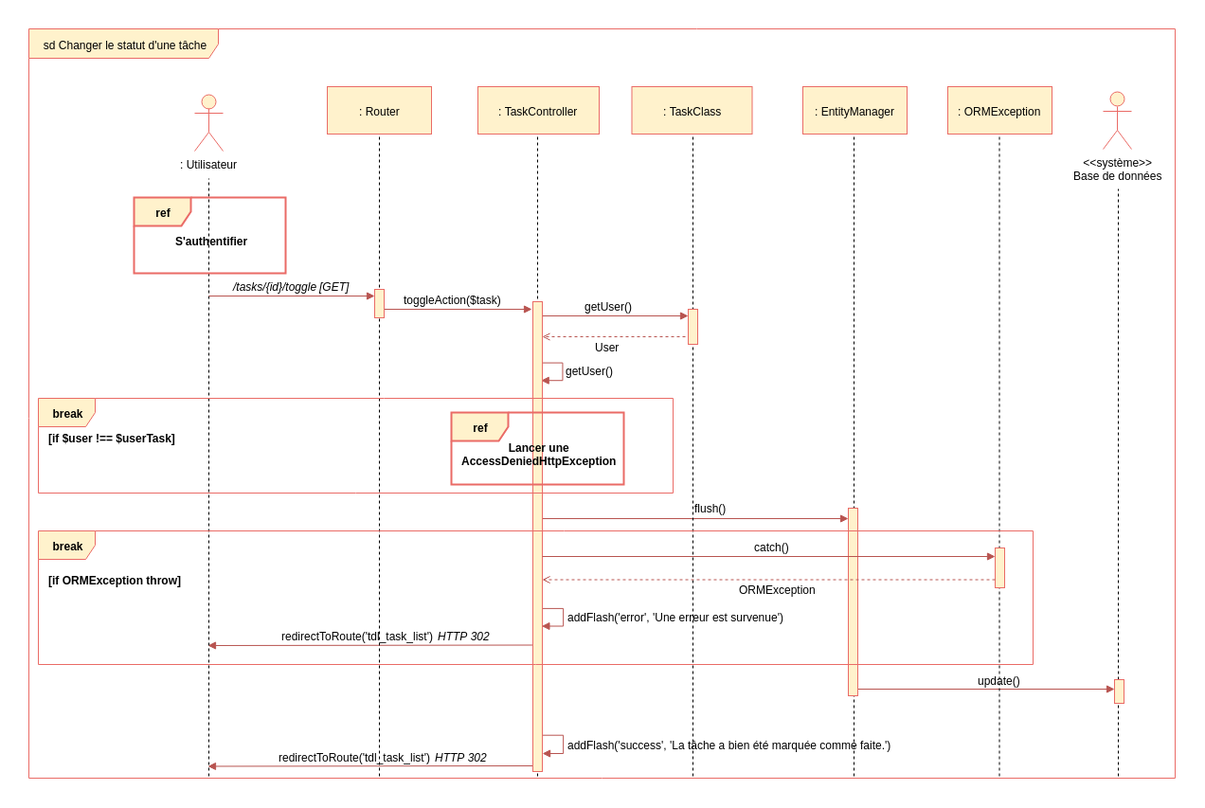
Above: Diagrammes/Changer_statut_tache.png in Thibok/TodoList (draw.io), before the change. Source tidied: cells renumbered, new cells last; positions are measured from the earlier drawing's top-left corner, leaving out a move shared by most shapes.
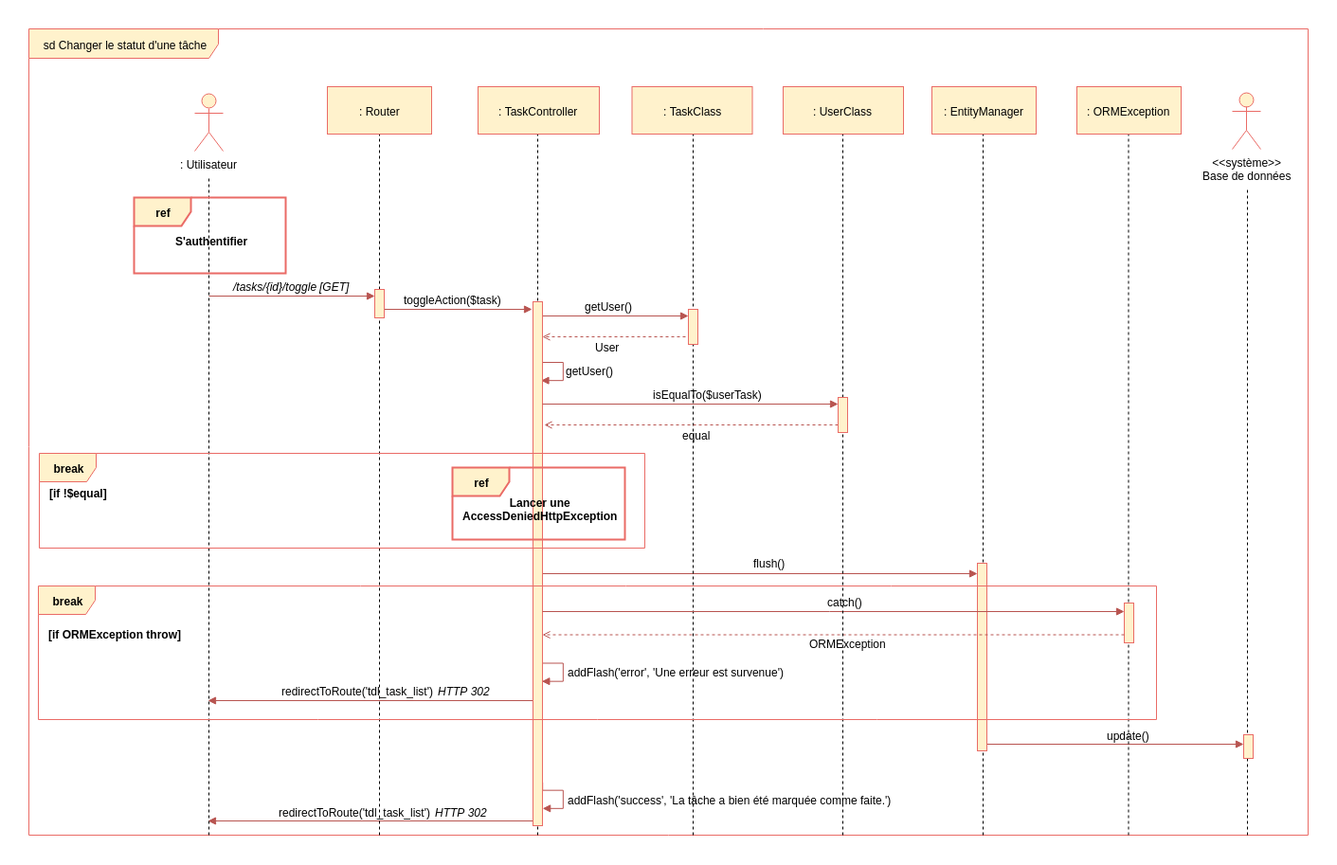
After the change.

What changed in the source:
```diff
@@ -3,46 +3,46 @@
     <mxCell id="0" />
     <mxCell id="1" parent="0" />
     <mxCell id="2" value="sd Changer le statut d'une tâche" style="shape=umlFrame;whiteSpace=wrap;html=1;width=200;height=31;fillColor=#fff2cc;strokeColor=#EA6B66;" parent="1" vertex="1">
-      <mxGeometry width="1210" height="791" as="geometry" />
+      <mxGeometry width="1350" height="851" as="geometry" />
     </mxCell>
     <mxCell id="3" style="endArrow=block;html=1;endFill=1;fillColor=#f8cecc;strokeColor=#b85450;edgeStyle=orthogonalEdgeStyle;rounded=0;entryX=0.91;entryY=0.18;entryDx=0;entryDy=0;entryPerimeter=0;" parent="1" edge="1">
       <mxGeometry relative="1" as="geometry">
-        <mxPoint x="541.5" y="602.5" as="sourcePoint" />
-        <mxPoint x="541.5" y="630.5" as="targetPoint" />
+        <mxPoint x="541.5" y="660.5" as="sourcePoint" />
+        <mxPoint x="541.5" y="688.5" as="targetPoint" />
         <Array as="points">
-          <mxPoint x="542" y="611.9" />
-          <mxPoint x="564" y="611.9" />
-          <mxPoint x="564" y="630.9" />
+          <mxPoint x="542" y="669.9" />
+          <mxPoint x="564" y="669.9" />
+          <mxPoint x="564" y="688.9" />
         </Array>
       </mxGeometry>
     </mxCell>
     <mxCell id="4" style="endArrow=block;html=1;endFill=1;fillColor=#f8cecc;strokeColor=#b85450;edgeStyle=orthogonalEdgeStyle;rounded=0;entryX=0.91;entryY=0.18;entryDx=0;entryDy=0;entryPerimeter=0;" parent="1" edge="1">
       <mxGeometry relative="1" as="geometry">
-        <mxPoint x="542" y="737" as="sourcePoint" />
-        <mxPoint x="542" y="765" as="targetPoint" />
+        <mxPoint x="542" y="795" as="sourcePoint" />
+        <mxPoint x="542" y="823" as="targetPoint" />
         <Array as="points">
-          <mxPoint x="542" y="745.9" />
-          <mxPoint x="564" y="745.9" />
-          <mxPoint x="564" y="764.9" />
+          <mxPoint x="542" y="803.9" />
+          <mxPoint x="564" y="803.9" />
+          <mxPoint x="564" y="822.9" />
         </Array>
       </mxGeometry>
     </mxCell>
     <mxCell id="5" style="endArrow=block;html=1;endFill=1;fillColor=#f8cecc;strokeColor=#b85450;" parent="1" edge="1">
       <mxGeometry relative="1" as="geometry">
-        <mxPoint x="534" y="778" as="sourcePoint" />
-        <mxPoint x="189" y="778.5" as="targetPoint" />
+        <mxPoint x="534" y="836" as="sourcePoint" />
+        <mxPoint x="189" y="836" as="targetPoint" />
       </mxGeometry>
     </mxCell>
     <mxCell id="6" style="endArrow=block;html=1;endFill=1;fillColor=#f8cecc;strokeColor=#b85450;" parent="1" edge="1">
       <mxGeometry relative="1" as="geometry">
-        <mxPoint x="874" y="697" as="sourcePoint" />
-        <mxPoint x="1146" y="697" as="targetPoint" />
+        <mxPoint x="1010" y="755" as="sourcePoint" />
+        <mxPoint x="1282" y="755" as="targetPoint" />
       </mxGeometry>
     </mxCell>
     <mxCell id="7" style="endArrow=block;html=1;endFill=1;fillColor=#f8cecc;strokeColor=#b85450;" parent="1" edge="1">
       <mxGeometry relative="1" as="geometry">
-        <mxPoint x="534" y="650.5" as="sourcePoint" />
-        <mxPoint x="189" y="651" as="targetPoint" />
+        <mxPoint x="534" y="709" as="sourcePoint" />
+        <mxPoint x="189" y="709" as="targetPoint" />
       </mxGeometry>
     </mxCell>
     <mxCell id="8" style="endArrow=block;html=1;endFill=1;fillColor=#f8cecc;strokeColor=#b85450;edgeStyle=orthogonalEdgeStyle;rounded=0;entryX=0.91;entryY=0.18;entryDx=0;entryDy=0;entryPerimeter=0;" parent="1" edge="1">
@@ -70,28 +70,28 @@
     </mxCell>
     <mxCell id="11" style="endArrow=none;dashed=1;html=1;entryX=0.5;entryY=1;" parent="1" edge="1">
       <mxGeometry relative="1" as="geometry">
-        <mxPoint x="871" y="789" as="sourcePoint" />
-        <mxPoint x="871" y="101.8" as="targetPoint" />
+        <mxPoint x="1007" y="851" as="sourcePoint" />
+        <mxPoint x="1007" y="101.8" as="targetPoint" />
       </mxGeometry>
     </mxCell>
     <mxCell id="12" style="endArrow=none;dashed=1;html=1;entryX=0.5;entryY=1;exitX=0.276;exitY=1.003;exitPerimeter=0;" parent="1" edge="1">
       <mxGeometry relative="1" as="geometry">
-        <mxPoint x="537" y="789" as="sourcePoint" />
+        <mxPoint x="537" y="851" as="sourcePoint" />
         <mxPoint x="537" y="104" as="targetPoint" />
       </mxGeometry>
     </mxCell>
     <mxCell id="13" style="endArrow=block;html=1;endFill=1;fillColor=#f8cecc;strokeColor=#b85450;" parent="1" edge="1">
       <mxGeometry relative="1" as="geometry">
-        <mxPoint x="542" y="517" as="sourcePoint" />
-        <mxPoint x="865" y="517" as="targetPoint" />
+        <mxPoint x="542" y="575" as="sourcePoint" />
+        <mxPoint x="1001" y="575" as="targetPoint" />
       </mxGeometry>
     </mxCell>
     <mxCell id="14" style="html=1;perimeter=orthogonalPerimeter;fillColor=#fff2cc;strokeColor=#EA6B66;" parent="1" vertex="1">
-      <mxGeometry x="532" y="288" width="10" height="496" as="geometry" />
+      <mxGeometry x="532" y="288" width="10" height="553" as="geometry" />
     </mxCell>
     <mxCell id="15" style="endArrow=none;dashed=1;html=1;entryX=0.5;entryY=1;" parent="1" edge="1">
       <mxGeometry relative="1" as="geometry">
-        <mxPoint x="701" y="789" as="sourcePoint" />
+        <mxPoint x="701" y="851" as="sourcePoint" />
         <mxPoint x="701" y="104.8" as="targetPoint" />
       </mxGeometry>
     </mxCell>
@@ -99,17 +99,17 @@
       <mxGeometry x="175" y="69" width="30" height="60" as="geometry" />
     </mxCell>
     <mxCell id="17" value="&amp;lt;&amp;lt;système&amp;gt;&amp;gt;&lt;br&gt;Base de données&lt;br&gt;" style="shape=umlActor;verticalLabelPosition=bottom;labelBackgroundColor=#ffffff;verticalAlign=top;html=1;fillColor=#fff2cc;strokeColor=#EA6B66;" parent="1" vertex="1">
-      <mxGeometry x="1134" y="67" width="30" height="60" as="geometry" />
+      <mxGeometry x="1270" y="67" width="30" height="60" as="geometry" />
     </mxCell>
     <mxCell id="18" style="endArrow=none;dashed=1;html=1;" parent="1" edge="1">
       <mxGeometry relative="1" as="geometry">
-        <mxPoint x="190" y="789" as="sourcePoint" />
+        <mxPoint x="190" y="851" as="sourcePoint" />
         <mxPoint x="190" y="158" as="targetPoint" />
       </mxGeometry>
     </mxCell>
     <mxCell id="19" style="endArrow=none;dashed=1;html=1;entryX=0.5;entryY=1;" parent="1" edge="1">
       <mxGeometry relative="1" as="geometry">
-        <mxPoint x="370" y="789" as="sourcePoint" />
+        <mxPoint x="370" y="851" as="sourcePoint" />
         <mxPoint x="370" y="103.8" as="targetPoint" />
       </mxGeometry>
     </mxCell>
@@ -139,8 +139,8 @@
     </mxCell>
     <mxCell id="26" style="endArrow=none;dashed=1;html=1;" parent="1" edge="1">
       <mxGeometry relative="1" as="geometry">
-        <mxPoint x="1150" y="789" as="sourcePoint" />
-        <mxPoint x="1150" y="169" as="targetPoint" />
+        <mxPoint x="1286" y="851" as="sourcePoint" />
+        <mxPoint x="1286" y="169" as="targetPoint" />
       </mxGeometry>
     </mxCell>
     <mxCell id="27" value="ref" style="shape=umlFrame;whiteSpace=wrap;html=1;fillColor=#fff2cc;strokeColor=#EA6B66;strokeWidth=2;fontStyle=1;" parent="1" vertex="1">
@@ -153,16 +153,16 @@
       <mxGeometry x="305" y="263" width="50" height="10" as="geometry" />
     </mxCell>
     <mxCell id="30" value=": EntityManager" style="html=1;fillColor=#fff2cc;strokeColor=#EA6B66;" parent="1" vertex="1">
-      <mxGeometry x="817" y="61" width="110" height="50" as="geometry" />
+      <mxGeometry x="953" y="61" width="110" height="50" as="geometry" />
     </mxCell>
     <mxCell id="31" value=": Router" style="html=1;fillColor=#fff2cc;strokeColor=#EA6B66;" parent="1" vertex="1">
       <mxGeometry x="315" y="61" width="110" height="50" as="geometry" />
     </mxCell>
     <mxCell id="32" value="flush()" style="text;html=1;align=left;verticalAlign=top;spacingTop=-4;" parent="1" vertex="1">
-      <mxGeometry x="701" y="497" width="50" height="10" as="geometry" />
+      <mxGeometry x="763" y="555" width="50" height="10" as="geometry" />
     </mxCell>
     <mxCell id="33" style="html=1;perimeter=orthogonalPerimeter;fillColor=#fff2cc;strokeColor=#EA6B66;" parent="1" vertex="1">
-      <mxGeometry x="865" y="506" width="10" height="198" as="geometry" />
+      <mxGeometry x="1001" y="564" width="10" height="198" as="geometry" />
     </mxCell>
     <mxCell id="34" value=": TaskController" style="html=1;fillColor=#fff2cc;strokeColor=#EA6B66;" parent="1" vertex="1">
       <mxGeometry x="474" y="61" width="128" height="50" as="geometry" />
@@ -174,10 +174,10 @@
       <mxGeometry x="585" y="284" width="70" height="10" as="geometry" />
     </mxCell>
     <mxCell id="37" style="html=1;perimeter=orthogonalPerimeter;fillColor=#fff2cc;strokeColor=#EA6B66;" parent="1" vertex="1">
-      <mxGeometry x="1146" y="687" width="10" height="25" as="geometry" />
+      <mxGeometry x="1282" y="745" width="10" height="25" as="geometry" />
     </mxCell>
     <mxCell id="38" value="[if ORMException throw]" style="text;html=1;align=left;verticalAlign=top;spacingTop=-4;fontStyle=1;" parent="1" vertex="1">
-      <mxGeometry x="19" y="572.5" width="140" height="10" as="geometry" />
+      <mxGeometry x="19" y="630.5" width="140" height="10" as="geometry" />
     </mxCell>
     <mxCell id="39" value="User" style="text;html=1;align=left;verticalAlign=top;spacingTop=-4;" parent="1" vertex="1">
       <mxGeometry x="596" y="327" width="40" height="10" as="geometry" />
@@ -185,71 +185,101 @@
     <mxCell id="40" value="getUser()" style="text;html=1;align=left;verticalAlign=top;spacingTop=-4;" parent="1" vertex="1">
       <mxGeometry x="565" y="352" width="70" height="10" as="geometry" />
     </mxCell>
-    <mxCell id="41" value="[if $user !== $userTask]" style="text;html=1;align=left;verticalAlign=top;spacingTop=-4;fontStyle=1;" parent="1" vertex="1">
-      <mxGeometry x="19" y="423" width="140" height="10" as="geometry" />
+    <mxCell id="41" value="[if !$equal]" style="text;html=1;align=left;verticalAlign=top;spacingTop=-4;fontStyle=1;" parent="1" vertex="1">
+      <mxGeometry x="20" y="481" width="70" height="10" as="geometry" />
     </mxCell>
     <mxCell id="42" value="update()" style="text;html=1;align=left;verticalAlign=top;spacingTop=-4;" parent="1" vertex="1">
-      <mxGeometry x="1000" y="679" width="60" height="10" as="geometry" />
+      <mxGeometry x="1136" y="737" width="60" height="10" as="geometry" />
     </mxCell>
     <mxCell id="43" value="ref" style="shape=umlFrame;whiteSpace=wrap;html=1;fillColor=#fff2cc;strokeColor=#EA6B66;strokeWidth=2;fontStyle=1;" parent="1" vertex="1">
-      <mxGeometry x="446" y="405" width="182" height="76" as="geometry" />
+      <mxGeometry x="447" y="463" width="182" height="76" as="geometry" />
     </mxCell>
     <mxCell id="44" value="Lancer une&lt;br&gt;&lt;span&gt;AccessDeniedHttpException&lt;/span&gt;&lt;br&gt;" style="text;html=1;align=center;verticalAlign=top;spacingTop=-4;fontStyle=1;" parent="1" vertex="1">
-      <mxGeometry x="454" y="433" width="170" height="30" as="geometry" />
+      <mxGeometry x="455" y="491" width="170" height="30" as="geometry" />
     </mxCell>
     <mxCell id="45" style="endArrow=none;dashed=1;html=1;entryX=0.5;entryY=1;" parent="1" edge="1">
       <mxGeometry relative="1" as="geometry">
-        <mxPoint x="1024.5" y="789" as="sourcePoint" />
-        <mxPoint x="1024.5" y="108.3" as="targetPoint" />
+        <mxPoint x="1160.5" y="851" as="sourcePoint" />
+        <mxPoint x="1160.5" y="108.3" as="targetPoint" />
       </mxGeometry>
     </mxCell>
     <mxCell id="46" style="html=1;perimeter=orthogonalPerimeter;fillColor=#fff2cc;strokeColor=#EA6B66;" parent="1" vertex="1">
-      <mxGeometry x="1020" y="548" width="10" height="42" as="geometry" />
+      <mxGeometry x="1156" y="606" width="10" height="42" as="geometry" />
     </mxCell>
     <mxCell id="47" style="endArrow=block;html=1;endFill=1;fillColor=#f8cecc;strokeColor=#b85450;" parent="1" edge="1">
       <mxGeometry relative="1" as="geometry">
-        <mxPoint x="542" y="557" as="sourcePoint" />
-        <mxPoint x="1020" y="557" as="targetPoint" />
+        <mxPoint x="542" y="615" as="sourcePoint" />
+        <mxPoint x="1156" y="615" as="targetPoint" />
       </mxGeometry>
     </mxCell>
     <mxCell id="48" value="catch()" style="text;html=1;align=left;verticalAlign=top;spacingTop=-4;" parent="1" vertex="1">
-      <mxGeometry x="764.5" y="538" width="50" height="10" as="geometry" />
+      <mxGeometry x="840.5" y="596" width="50" height="10" as="geometry" />
     </mxCell>
     <mxCell id="49" style="endArrow=open;html=1;endFill=0;fillColor=#f8cecc;strokeColor=#b85450;dashed=1;exitX=-0.071;exitY=0.702;exitPerimeter=0;" parent="1" edge="1">
       <mxGeometry relative="1" as="geometry">
-        <mxPoint x="1020" y="581.5" as="sourcePoint" />
-        <mxPoint x="542" y="581.5" as="targetPoint" />
+        <mxPoint x="1156" y="639.5" as="sourcePoint" />
+        <mxPoint x="542" y="639.5" as="targetPoint" />
       </mxGeometry>
     </mxCell>
     <mxCell id="50" value="ORMException" style="text;html=1;align=left;verticalAlign=top;spacingTop=-4;" parent="1" vertex="1">
-      <mxGeometry x="748" y="582.5" width="100" height="10" as="geometry" />
+      <mxGeometry x="822" y="640.5" width="100" height="10" as="geometry" />
     </mxCell>
     <mxCell id="51" value="addFlash('error', 'Une erreur est survenue')" style="text;html=1;align=left;verticalAlign=top;spacingTop=-4;" parent="1" vertex="1">
-      <mxGeometry x="567" y="612" width="240" height="10" as="geometry" />
+      <mxGeometry x="567" y="670" width="240" height="10" as="geometry" />
     </mxCell>
     <mxCell id="52" value="redirectToRoute('tdl_task_list')" style="text;html=1;align=left;verticalAlign=top;spacingTop=-4;" parent="1" vertex="1">
-      <mxGeometry x="265" y="632" width="180" height="10" as="geometry" />
+      <mxGeometry x="265" y="690" width="180" height="10" as="geometry" />
     </mxCell>
     <mxCell id="53" value="HTTP 302" style="text;html=1;align=left;verticalAlign=top;spacingTop=-4;fontStyle=2;" parent="1" vertex="1">
-      <mxGeometry x="430" y="632" width="70" height="10" as="geometry" />
+      <mxGeometry x="430" y="690" width="70" height="10" as="geometry" />
     </mxCell>
     <mxCell id="54" value="addFlash('success', 'La tâche a bien été marquée comme faite.')" style="text;html=1;align=left;verticalAlign=top;spacingTop=-4;" parent="1" vertex="1">
-      <mxGeometry x="567" y="747" width="360" height="10" as="geometry" />
+      <mxGeometry x="567" y="805" width="360" height="10" as="geometry" />
     </mxCell>
     <mxCell id="55" value="redirectToRoute('tdl_task_list')" style="text;html=1;align=left;verticalAlign=top;spacingTop=-4;" parent="1" vertex="1">
-      <mxGeometry x="262" y="759.5" width="180" height="10" as="geometry" />
+      <mxGeometry x="262" y="817.5" width="180" height="10" as="geometry" />
     </mxCell>
     <mxCell id="56" value="HTTP 302" style="text;html=1;align=left;verticalAlign=top;spacingTop=-4;fontStyle=2;" parent="1" vertex="1">
-      <mxGeometry x="427" y="759.5" width="70" height="10" as="geometry" />
+      <mxGeometry x="427" y="817.5" width="70" height="10" as="geometry" />
     </mxCell>
+    <mxCell id="59" value=": ORMException" style="html=1;fillColor=#fff2cc;strokeColor=#EA6B66;" parent="1" vertex="1">
+      <mxGeometry x="1106" y="61" width="110" height="50" as="geometry" />
+    </mxCell>
+    <mxCell id="60" value=": UserClass" style="html=1;fillColor=#fff2cc;strokeColor=#EA6B66;" parent="1" vertex="1">
+      <mxGeometry x="796" y="61" width="127" height="50" as="geometry" />
+    </mxCell>
+    <mxCell id="61" style="endArrow=none;dashed=1;html=1;entryX=0.5;entryY=1;" parent="1" edge="1">
+      <mxGeometry relative="1" as="geometry">
+        <mxPoint x="859" y="851" as="sourcePoint" />
+        <mxPoint x="859" y="111.3" as="targetPoint" />
+      </mxGeometry>
+    </mxCell>
+    <mxCell id="62" style="endArrow=block;html=1;endFill=1;fillColor=#f8cecc;strokeColor=#b85450;" parent="1" edge="1">
+      <mxGeometry relative="1" as="geometry">
+        <mxPoint x="542" y="396" as="sourcePoint" />
+        <mxPoint x="854" y="396" as="targetPoint" />
+      </mxGeometry>
+    </mxCell>
+    <mxCell id="63" style="endArrow=open;html=1;endFill=0;fillColor=#f8cecc;strokeColor=#b85450;dashed=1;exitX=-0.071;exitY=0.702;exitPerimeter=0;" parent="1" edge="1">
+      <mxGeometry relative="1" as="geometry">
+        <mxPoint x="854" y="418" as="sourcePoint" />
+        <mxPoint x="544" y="418" as="targetPoint" />
+      </mxGeometry>
+    </mxCell>
+    <mxCell id="64" style="html=1;perimeter=orthogonalPerimeter;fillColor=#fff2cc;strokeColor=#EA6B66;" parent="1" vertex="1">
+      <mxGeometry x="854" y="389" width="10" height="37" as="geometry" />
+    </mxCell>
+    <mxCell id="65" value="isEqualTo($userTask)" style="text;html=1;align=left;verticalAlign=top;spacingTop=-4;" parent="1" vertex="1">
+      <mxGeometry x="657" y="377" width="130" height="10" as="geometry" />
+    </mxCell>
+    <mxCell id="66" value="equal" style="text;html=1;align=left;verticalAlign=top;spacingTop=-4;" parent="1" vertex="1">
+      <mxGeometry x="688" y="420" width="40" height="10" as="geometry" />
+    </mxCell>
     <mxCell id="57" value="break" style="shape=umlFrame;whiteSpace=wrap;html=1;fontColor=#000000;fillColor=#fff2cc;strokeColor=#EA6B66;fontStyle=1;" parent="1" vertex="1">
-      <mxGeometry x="10" y="390" width="670" height="100" as="geometry" />
+      <mxGeometry x="11" y="448" width="639" height="100" as="geometry" />
     </mxCell>
     <mxCell id="58" value="break" style="shape=umlFrame;whiteSpace=wrap;html=1;fontColor=#000000;fillColor=#fff2cc;strokeColor=#EA6B66;fontStyle=1;" parent="1" vertex="1">
-      <mxGeometry x="10" y="530" width="1050" height="141" as="geometry" />
+      <mxGeometry x="10" y="588" width="1180" height="141" as="geometry" />
     </mxCell>
-    <mxCell id="59" value=": ORMException" style="html=1;fillColor=#fff2cc;strokeColor=#EA6B66;" parent="1" vertex="1">
-      <mxGeometry x="970" y="61" width="110" height="50" as="geometry" />
-    </mxCell>
   </root>
 </mxGraphModel>
```
